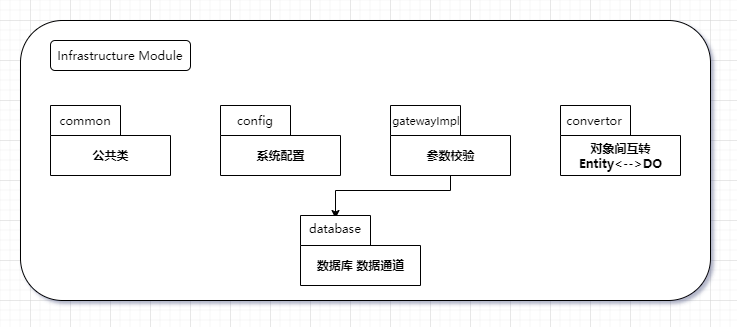
Above: doc/image/witboot-infrastructure.png in sunxiaozhi/WitBoot (draw.io), before the change. Source tidied: cells renumbered, new cells last; positions are measured from the earlier drawing's top-left corner, leaving out a move shared by most shapes.
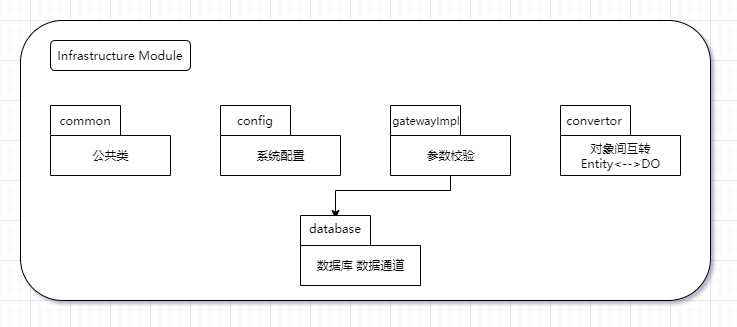
After the commit.

Diff of the diagram source:
```diff
@@ -2,31 +2,31 @@
   <root>
     <mxCell id="0" />
     <mxCell id="1" parent="0" />
-    <mxCell id="2" style="rounded=1;whiteSpace=wrap;html=1;fontFamily=SourceCodePro-Medium;" parent="1" vertex="1">
+    <mxCell id="2" style="rounded=1;whiteSpace=wrap;html=1;fontFamily=SourceCodePro-Medium;fontStyle=0;" parent="1" vertex="1">
       <mxGeometry width="690" height="280" as="geometry" />
     </mxCell>
-    <mxCell id="3" value="公共类" style="shape=folder;fontStyle=1;tabWidth=70;tabHeight=30;tabPosition=left;html=1;boundedLbl=1;fontFamily=SourceCodePro-Medium;" parent="1" vertex="1">
+    <mxCell id="3" value="公共类" style="shape=folder;fontStyle=0;tabWidth=70;tabHeight=30;tabPosition=left;html=1;boundedLbl=1;fontFamily=SourceCodePro-Medium;" parent="1" vertex="1">
       <mxGeometry x="30" y="85" width="120" height="70" as="geometry" />
     </mxCell>
-    <mxCell id="4" value="Infrastructure Module" style="rounded=1;whiteSpace=wrap;html=1;fontFamily=SourceCodePro-Medium;" parent="1" vertex="1">
+    <mxCell id="4" value="Infrastructure Module" style="rounded=1;whiteSpace=wrap;html=1;fontFamily=SourceCodePro-Medium;fontStyle=0;" parent="1" vertex="1">
       <mxGeometry x="30" y="20" width="140" height="30" as="geometry" />
     </mxCell>
-    <mxCell id="5" value="系统配置" style="shape=folder;fontStyle=1;tabWidth=70;tabHeight=30;tabPosition=left;html=1;boundedLbl=1;fontFamily=SourceCodePro-Medium;" parent="1" vertex="1">
+    <mxCell id="5" value="系统配置" style="shape=folder;fontStyle=0;tabWidth=70;tabHeight=30;tabPosition=left;html=1;boundedLbl=1;fontFamily=SourceCodePro-Medium;" parent="1" vertex="1">
       <mxGeometry x="200" y="85" width="120" height="70" as="geometry" />
     </mxCell>
-    <mxCell id="6" value="common" style="text;html=1;strokeColor=none;fillColor=none;align=center;verticalAlign=middle;whiteSpace=wrap;rounded=0;fontFamily=SourceCodePro-Medium;" parent="1" vertex="1">
+    <mxCell id="6" value="common" style="text;html=1;strokeColor=none;fillColor=none;align=center;verticalAlign=middle;whiteSpace=wrap;rounded=0;fontFamily=SourceCodePro-Medium;fontStyle=0;" parent="1" vertex="1">
       <mxGeometry x="45" y="90" width="40" height="20" as="geometry" />
     </mxCell>
-    <mxCell id="7" style="edgeStyle=orthogonalEdgeStyle;rounded=0;orthogonalLoop=1;jettySize=auto;html=1;exitX=0.5;exitY=1;exitDx=0;exitDy=0;fontFamily=SourceCodePro-Medium;" parent="1" edge="1">
+    <mxCell id="7" style="edgeStyle=orthogonalEdgeStyle;rounded=0;orthogonalLoop=1;jettySize=auto;html=1;exitX=0.5;exitY=1;exitDx=0;exitDy=0;fontFamily=SourceCodePro-Medium;fontStyle=0;" parent="1" edge="1">
       <mxGeometry relative="1" as="geometry">
         <mxPoint x="70" y="129" as="sourcePoint" />
         <mxPoint x="70" y="129" as="targetPoint" />
       </mxGeometry>
     </mxCell>
-    <mxCell id="8" value="对象间互转&lt;br&gt;Entity&amp;lt;--&amp;gt;DO" style="shape=folder;fontStyle=1;tabWidth=70;tabHeight=30;tabPosition=left;html=1;boundedLbl=1;fontFamily=SourceCodePro-Medium;" parent="1" vertex="1">
+    <mxCell id="8" value="对象间互转&lt;br&gt;Entity&amp;lt;--&amp;gt;DO" style="shape=folder;fontStyle=0;tabWidth=70;tabHeight=30;tabPosition=left;html=1;boundedLbl=1;fontFamily=SourceCodePro-Medium;" parent="1" vertex="1">
       <mxGeometry x="540" y="85" width="120" height="70" as="geometry" />
     </mxCell>
-    <mxCell id="9" style="edgeStyle=orthogonalEdgeStyle;rounded=0;jettySize=auto;html=1;entryX=0.5;entryY=0;entryDx=0;entryDy=0;fontFamily=SourceCodePro-Medium;" parent="1" edge="1" source="10" target="15">
+    <mxCell id="9" style="edgeStyle=orthogonalEdgeStyle;rounded=0;jettySize=auto;html=1;entryX=0.5;entryY=0;entryDx=0;entryDy=0;fontFamily=SourceCodePro-Medium;fontStyle=0;" parent="1" edge="1" source="10" target="15">
       <mxGeometry relative="1" as="geometry">
         <Array as="points">
           <mxPoint x="430" y="170" />
@@ -34,22 +34,22 @@
         </Array>
       </mxGeometry>
     </mxCell>
-    <mxCell id="10" value="参数校验" style="shape=folder;fontStyle=1;tabWidth=70;tabHeight=30;tabPosition=left;html=1;boundedLbl=1;fontFamily=SourceCodePro-Medium;" parent="1" vertex="1">
+    <mxCell id="10" value="参数校验" style="shape=folder;fontStyle=0;tabWidth=70;tabHeight=30;tabPosition=left;html=1;boundedLbl=1;fontFamily=SourceCodePro-Medium;" parent="1" vertex="1">
       <mxGeometry x="370" y="85" width="120" height="70" as="geometry" />
     </mxCell>
-    <mxCell id="11" value="数据库 数据通道" style="shape=folder;fontStyle=1;tabWidth=70;tabHeight=30;tabPosition=left;html=1;boundedLbl=1;fontFamily=SourceCodePro-Medium;" parent="1" vertex="1">
+    <mxCell id="11" value="数据库 数据通道" style="shape=folder;fontStyle=0;tabWidth=70;tabHeight=30;tabPosition=left;html=1;boundedLbl=1;fontFamily=SourceCodePro-Medium;" parent="1" vertex="1">
       <mxGeometry x="280" y="195" width="120" height="70" as="geometry" />
     </mxCell>
-    <mxCell id="12" value="config" style="text;html=1;strokeColor=none;fillColor=none;align=center;verticalAlign=middle;whiteSpace=wrap;rounded=0;fontFamily=SourceCodePro-Medium;" parent="1" vertex="1">
+    <mxCell id="12" value="config" style="text;html=1;strokeColor=none;fillColor=none;align=center;verticalAlign=middle;whiteSpace=wrap;rounded=0;fontFamily=SourceCodePro-Medium;fontStyle=0;" parent="1" vertex="1">
       <mxGeometry x="215" y="90" width="40" height="20" as="geometry" />
     </mxCell>
-    <mxCell id="13" value="convertor" style="text;html=1;strokeColor=none;fillColor=none;align=center;verticalAlign=middle;whiteSpace=wrap;rounded=0;fontFamily=SourceCodePro-Medium;" parent="1" vertex="1">
+    <mxCell id="13" value="convertor" style="text;html=1;strokeColor=none;fillColor=none;align=center;verticalAlign=middle;whiteSpace=wrap;rounded=0;fontFamily=SourceCodePro-Medium;fontStyle=0;" parent="1" vertex="1">
       <mxGeometry x="554" y="90" width="40" height="20" as="geometry" />
     </mxCell>
-    <mxCell id="14" value="gatewayImpl" style="text;html=1;strokeColor=none;fillColor=none;align=center;verticalAlign=middle;whiteSpace=wrap;rounded=0;fontFamily=SourceCodePro-Medium;fontSize=11;" parent="1" vertex="1">
+    <mxCell id="14" value="gatewayImpl" style="text;html=1;strokeColor=none;fillColor=none;align=center;verticalAlign=middle;whiteSpace=wrap;rounded=0;fontFamily=SourceCodePro-Medium;fontSize=11;fontStyle=0;" parent="1" vertex="1">
       <mxGeometry x="385.5" y="90" width="40" height="20" as="geometry" />
     </mxCell>
-    <mxCell id="15" value="database" style="text;html=1;strokeColor=none;fillColor=none;align=center;verticalAlign=middle;whiteSpace=wrap;rounded=0;fontFamily=SourceCodePro-Medium;" parent="1" vertex="1">
+    <mxCell id="15" value="database" style="text;html=1;strokeColor=none;fillColor=none;align=center;verticalAlign=middle;whiteSpace=wrap;rounded=0;fontFamily=SourceCodePro-Medium;fontStyle=0;" parent="1" vertex="1">
       <mxGeometry x="295" y="198" width="40" height="20" as="geometry" />
     </mxCell>
   </root>
```
